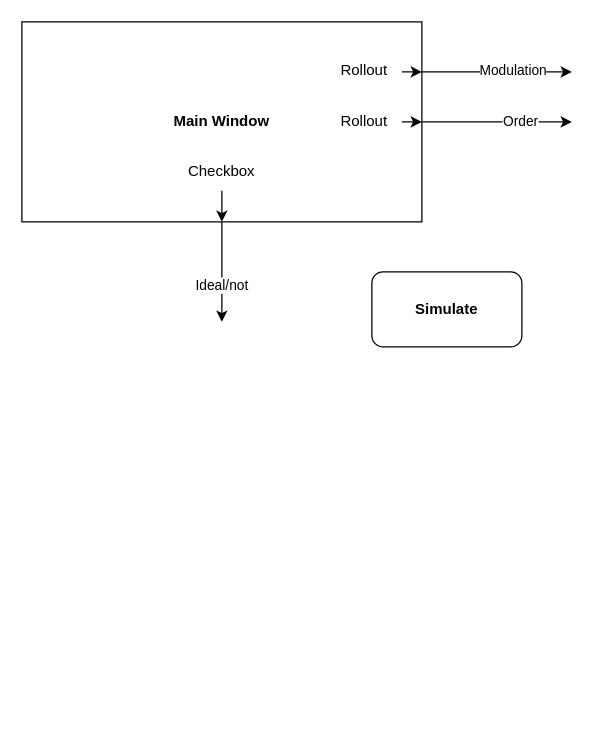
Earlier version of the draw.io diagram page "Stránka-1" (1 of 2) of diagram.drawio (jurkovicmartin/Bakal-ka). Source tidied: cells renumbered, new cells numbered last; positions are measured from the earlier drawing's top-left corner, leaving out a move shared by most shapes. Both pictures are drawn from the tidied source at 125%, with x=0, y=0 at pixel (21, 21).
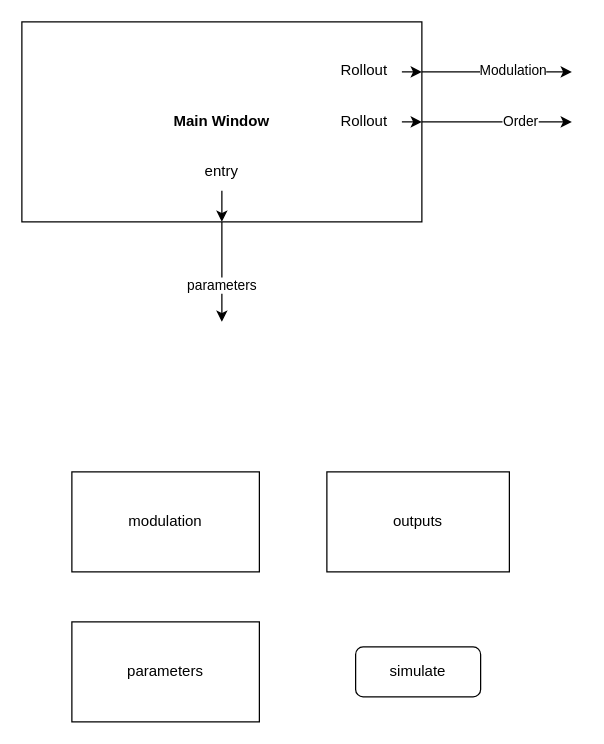
After the change.

The change refers to these unchanged cells:
```xml
<mxCell id="7" style="endArrow=classic;html=1;rounded=0;exitX=0.5;exitY=1;exitDx=0;exitDy=0;" parent="1" edge="1" source="2">
  <mxGeometry relative="1" as="geometry">
    <mxPoint x="160" y="240" as="targetPoint" />
  </mxGeometry>
</mxCell>
```

Diff of the diagram source:
```diff
@@
-    <mxCell id="8" value="Ideal/not" style="edgeLabel;html=1;align=center;verticalAlign=middle;" parent="7" vertex="1">
+    <mxCell id="8" value="parameters" style="edgeLabel;html=1;align=center;verticalAlign=middle;" parent="7" vertex="1">
       <mxGeometry x="0.25" y="-1" relative="1" as="geometry" />
     </mxCell>
@@
-    <mxCell id="14" value="Checkbox" style="text;html=1;strokeColor=none;fillColor=none;align=center;verticalAlign=middle;whiteSpace=wrap;rounded=0;" parent="1" vertex="1">
+    <mxCell id="14" value="entry" style="text;html=1;strokeColor=none;fillColor=none;align=center;verticalAlign=middle;whiteSpace=wrap;rounded=0;" parent="1" vertex="1">
       <mxGeometry x="130" y="105" width="60" height="30" as="geometry" />
     </mxCell>
-    <mxCell id="15" value="&lt;b&gt;Simulate&lt;/b&gt;" style="rounded=1;whiteSpace=wrap;html=1;" parent="1" vertex="1">
-      <mxGeometry x="280" y="200" width="120" height="60" as="geometry" />
-    </mxCell>
+    <mxCell id="16" value="modulation" style="rounded=0;whiteSpace=wrap;html=1;" parent="1" vertex="1">
+      <mxGeometry x="40" y="360" width="150" height="80" as="geometry" />
+    </mxCell>
+    <mxCell id="17" value="parameters" style="rounded=0;whiteSpace=wrap;html=1;" parent="1" vertex="1">
+      <mxGeometry x="40" y="480" width="150" height="80" as="geometry" />
+    </mxCell>
+    <mxCell id="18" value="simulate" style="rounded=1;whiteSpace=wrap;html=1;" parent="1" vertex="1">
+      <mxGeometry x="267" y="500" width="100" height="40" as="geometry" />
+    </mxCell>
+    <mxCell id="19" value="outputs" style="rounded=0;whiteSpace=wrap;html=1;" parent="1" vertex="1">
+      <mxGeometry x="244" y="360" width="146" height="80" as="geometry" />
+    </mxCell>
```
